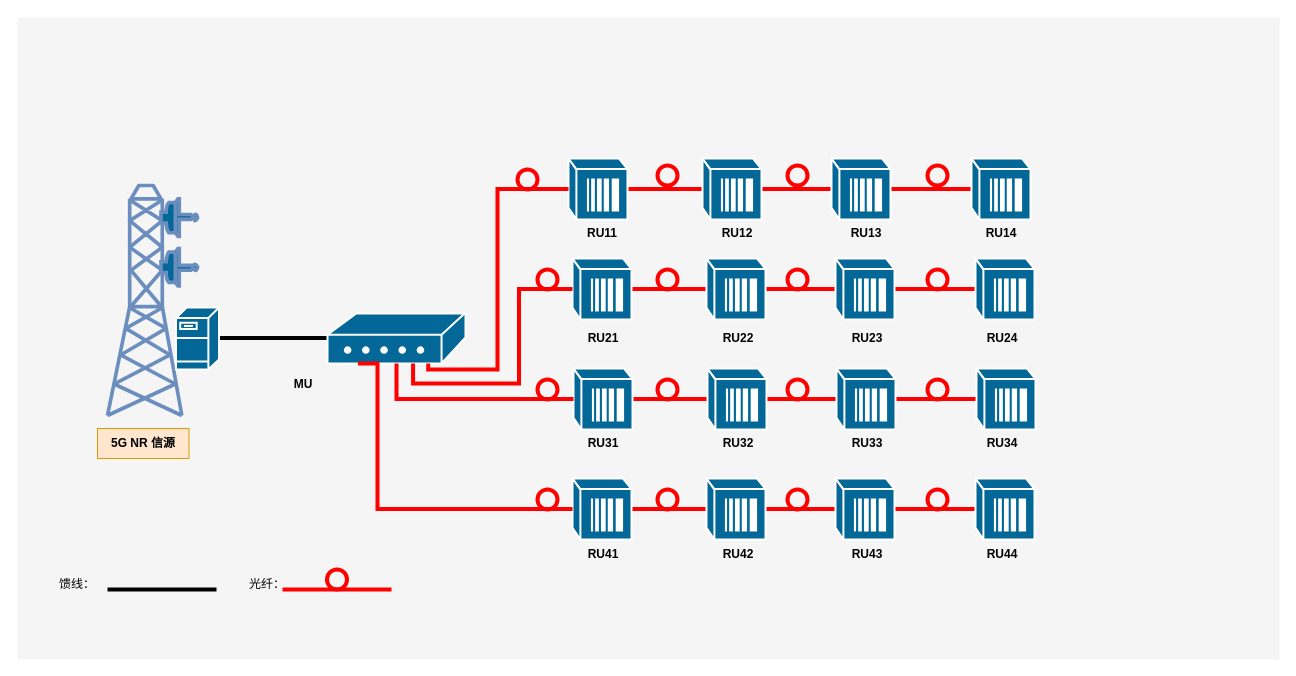
438115215/testgit2 keeps this draw.io diagram as 未命名绘图.drawio. Above is the earlier version. Source tidied: cells renumbered, new cells numbered last; positions are measured from the earlier drawing's top-left corner, leaving out a move shared by most shapes. Both pictures are drawn from the tidied source at 100%, with x=0, y=0 at pixel (17, 17).
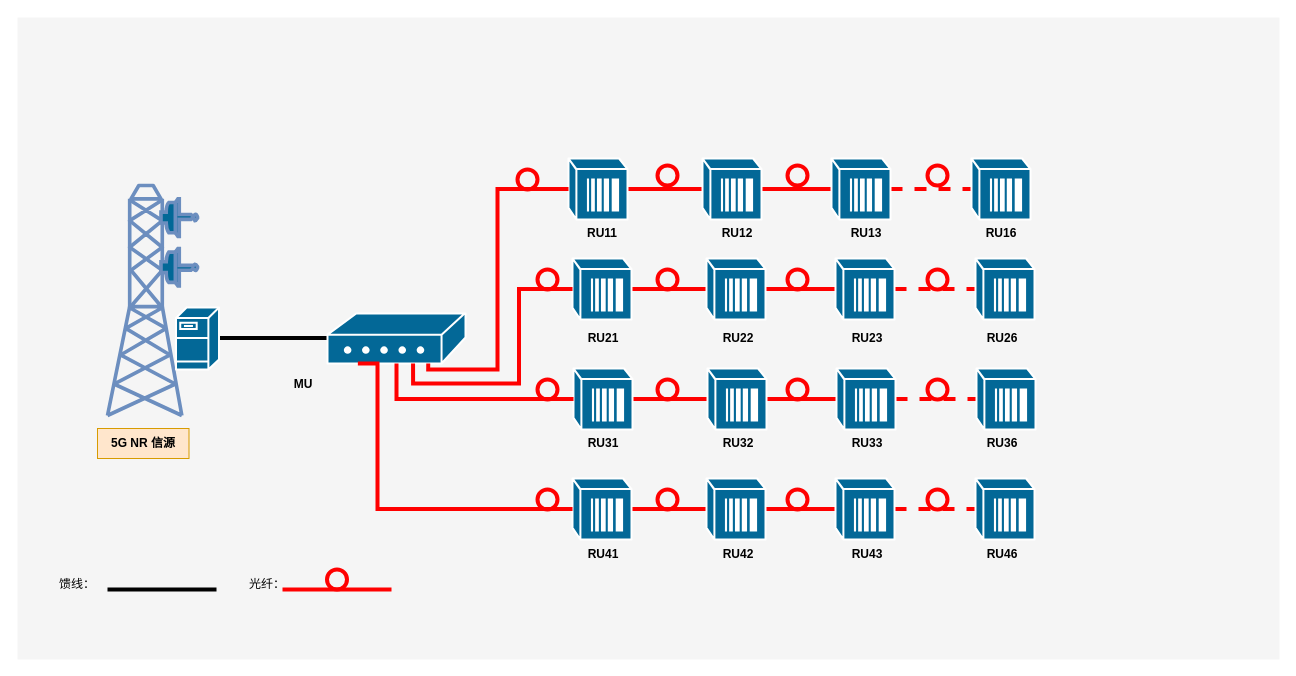
The same diagram, later.

Commit message:
更新未命名绘图.drawio

Unchanged cells that the change refers to:
```xml
<mxCell id="12" style="shape=mxgraph.cisco.misc.longreach_cpe;sketch=0;html=1;dashed=0;fillColor=#036897;strokeColor=#ffffff;strokeWidth=2;verticalLabelPosition=bottom;verticalAlign=top;align=center;outlineConnect=0;rotation=-90;" parent="1" vertex="1">
  <mxGeometry x="813" y="142" width="61" height="59" as="geometry" />
</mxCell>
<mxCell id="13" style="shape=mxgraph.cisco.misc.longreach_cpe;sketch=0;html=1;dashed=0;fillColor=#036897;strokeColor=#ffffff;strokeWidth=2;verticalLabelPosition=bottom;verticalAlign=top;align=center;outlineConnect=0;rotation=-90;" parent="1" vertex="1">
  <mxGeometry x="953" y="142" width="61" height="59" as="geometry" />
</mxCell>
<mxCell id="19" style="shape=mxgraph.cisco.misc.longreach_cpe;sketch=0;html=1;dashed=0;fillColor=#036897;strokeColor=#ffffff;strokeWidth=2;verticalLabelPosition=bottom;verticalAlign=top;align=center;outlineConnect=0;rotation=-90;" parent="1" vertex="1">
  <mxGeometry x="817" y="242" width="61" height="59" as="geometry" />
</mxCell>
<mxCell id="20" style="shape=mxgraph.cisco.misc.longreach_cpe;sketch=0;html=1;dashed=0;fillColor=#036897;strokeColor=#ffffff;strokeWidth=2;verticalLabelPosition=bottom;verticalAlign=top;align=center;outlineConnect=0;rotation=-90;" parent="1" vertex="1">
  <mxGeometry x="957" y="242" width="61" height="59" as="geometry" />
</mxCell>
<mxCell id="26" style="shape=mxgraph.cisco.misc.longreach_cpe;sketch=0;html=1;dashed=0;fillColor=#036897;strokeColor=#ffffff;strokeWidth=2;verticalLabelPosition=bottom;verticalAlign=top;align=center;outlineConnect=0;rotation=-90;" parent="1" vertex="1">
  <mxGeometry x="818" y="352" width="61" height="59" as="geometry" />
</mxCell>
<mxCell id="27" style="shape=mxgraph.cisco.misc.longreach_cpe;sketch=0;html=1;dashed=0;fillColor=#036897;strokeColor=#ffffff;strokeWidth=2;verticalLabelPosition=bottom;verticalAlign=top;align=center;outlineConnect=0;rotation=-90;" parent="1" vertex="1">
  <mxGeometry x="958" y="352" width="61" height="59" as="geometry" />
</mxCell>
<mxCell id="33" style="shape=mxgraph.cisco.misc.longreach_cpe;sketch=0;html=1;dashed=0;fillColor=#036897;strokeColor=#ffffff;strokeWidth=2;verticalLabelPosition=bottom;verticalAlign=top;align=center;outlineConnect=0;rotation=-90;" parent="1" vertex="1">
  <mxGeometry x="817" y="462" width="61" height="59" as="geometry" />
</mxCell>
<mxCell id="34" style="shape=mxgraph.cisco.misc.longreach_cpe;sketch=0;html=1;dashed=0;fillColor=#036897;strokeColor=#ffffff;strokeWidth=2;verticalLabelPosition=bottom;verticalAlign=top;align=center;outlineConnect=0;rotation=-90;" parent="1" vertex="1">
  <mxGeometry x="957" y="462" width="61" height="59" as="geometry" />
</mxCell>
```

The edit, as a diff of the source:
```diff
@@
-    <mxCell id="11" style="edgeStyle=orthogonalEdgeStyle;rounded=0;jettySize=auto;html=1;strokeColor=#FF0000;strokeWidth=4;endArrow=none;endFill=0;" parent="1" edge="1" source="12" target="13">
+    <mxCell id="11" style="edgeStyle=orthogonalEdgeStyle;rounded=0;jettySize=auto;html=1;strokeColor=#FF0000;strokeWidth=4;endArrow=none;endFill=0;dashed=1;" parent="1" edge="1" source="12" target="13">
       <mxGeometry relative="1" as="geometry" />
     </mxCell>
@@
-    <mxCell id="18" style="edgeStyle=orthogonalEdgeStyle;rounded=0;jettySize=auto;html=1;strokeColor=#FF0000;strokeWidth=4;endArrow=none;endFill=0;" parent="1" edge="1" source="19" target="20">
+    <mxCell id="18" style="edgeStyle=orthogonalEdgeStyle;rounded=0;jettySize=auto;html=1;strokeColor=#FF0000;strokeWidth=4;endArrow=none;endFill=0;dashed=1;" parent="1" edge="1" source="19" target="20">
       <mxGeometry relative="1" as="geometry" />
     </mxCell>
@@
-    <mxCell id="25" style="edgeStyle=orthogonalEdgeStyle;rounded=0;jettySize=auto;html=1;strokeColor=#FF0000;strokeWidth=4;endArrow=none;endFill=0;" parent="1" edge="1" source="26" target="27">
+    <mxCell id="25" style="edgeStyle=orthogonalEdgeStyle;rounded=0;jettySize=auto;html=1;strokeColor=#FF0000;strokeWidth=4;endArrow=none;endFill=0;dashed=1;" parent="1" edge="1" source="26" target="27">
       <mxGeometry relative="1" as="geometry" />
     </mxCell>
@@
-    <mxCell id="32" style="edgeStyle=orthogonalEdgeStyle;rounded=0;jettySize=auto;html=1;strokeColor=#FF0000;strokeWidth=4;endArrow=none;endFill=0;" parent="1" edge="1" source="33" target="34">
+    <mxCell id="32" style="edgeStyle=orthogonalEdgeStyle;rounded=0;jettySize=auto;html=1;strokeColor=#FF0000;strokeWidth=4;endArrow=none;endFill=0;dashed=1;" parent="1" edge="1" source="33" target="34">
       <mxGeometry relative="1" as="geometry" />
     </mxCell>
@@
-    <mxCell id="66" value="RU14" style="text;html=1;align=center;verticalAlign=middle;whiteSpace=wrap;rounded=0;fontStyle=1;" parent="1" vertex="1">
+    <mxCell id="66" value="RU16" style="text;html=1;align=center;verticalAlign=middle;whiteSpace=wrap;rounded=0;fontStyle=1;" parent="1" vertex="1">
       <mxGeometry x="937.8" y="201" width="91.5" height="30" as="geometry" />
     </mxCell>
@@
-    <mxCell id="70" value="RU24" style="text;html=1;align=center;verticalAlign=middle;whiteSpace=wrap;rounded=0;fontStyle=1;" parent="1" vertex="1">
+    <mxCell id="70" value="RU26" style="text;html=1;align=center;verticalAlign=middle;whiteSpace=wrap;rounded=0;fontStyle=1;" parent="1" vertex="1">
       <mxGeometry x="939" y="306" width="91.5" height="30" as="geometry" />
     </mxCell>
@@
-    <mxCell id="74" value="RU34" style="text;html=1;align=center;verticalAlign=middle;whiteSpace=wrap;rounded=0;fontStyle=1;" parent="1" vertex="1">
+    <mxCell id="74" value="RU36" style="text;html=1;align=center;verticalAlign=middle;whiteSpace=wrap;rounded=0;fontStyle=1;" parent="1" vertex="1">
       <mxGeometry x="939" y="411" width="91.5" height="30" as="geometry" />
     </mxCell>
@@
-    <mxCell id="78" value="RU44" style="text;html=1;align=center;verticalAlign=middle;whiteSpace=wrap;rounded=0;fontStyle=1;" parent="1" vertex="1">
+    <mxCell id="78" value="RU46" style="text;html=1;align=center;verticalAlign=middle;whiteSpace=wrap;rounded=0;fontStyle=1;" parent="1" vertex="1">
       <mxGeometry x="939" y="522" width="91.5" height="30" as="geometry" />
     </mxCell>
```
